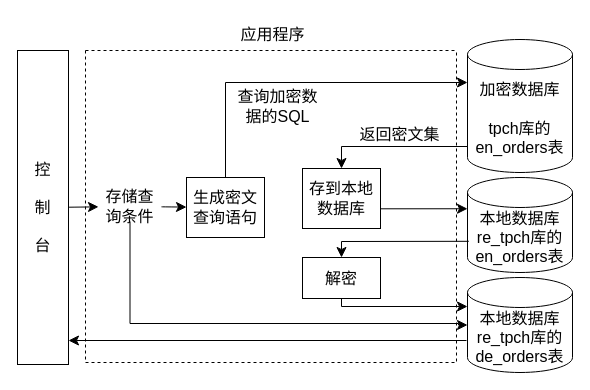
Dong-J93/_pictures keeps this draw.io diagram as index.drawio. Above is the earlier version. Source tidied: cells renumbered, new cells numbered last; positions are measured from the earlier drawing's top-left corner, leaving out a move shared by most shapes. Both pictures are drawn from the tidied source at 100%, with x=0, y=0 at pixel (17, 17).
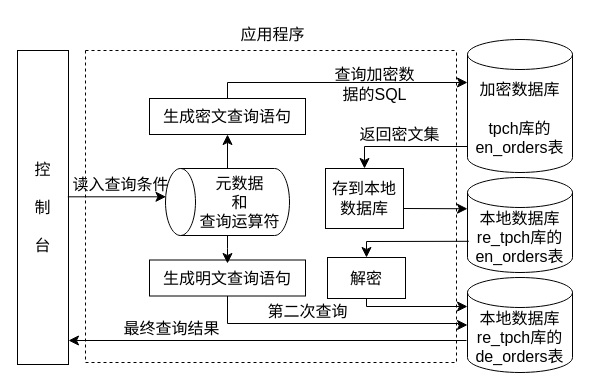
Above is the later version.

The change refers to these unchanged cells:
```xml
<mxCell id="2" style="swimlane;startSize=0;fontSize=16;dashed=1;" parent="1" vertex="1">
  <mxGeometry x="68" y="33" width="371" height="312" as="geometry" />
</mxCell>
<mxCell id="10" value="控&lt;br&gt;&lt;br&gt;制&lt;br&gt;&lt;br&gt;台" style="rounded=0;whiteSpace=wrap;html=1;fontSize=16;" parent="1" vertex="1">
  <mxGeometry y="33" width="51" height="314" as="geometry" />
</mxCell>
<mxCell id="14" value="加密数据库&lt;br&gt;&lt;br&gt;tpch库的en_orders表" style="shape=cylinder3;whiteSpace=wrap;html=1;boundedLbl=1;backgroundOutline=1;size=15;fontSize=16;" parent="1" vertex="1">
  <mxGeometry x="450" y="22" width="105" height="133" as="geometry" />
</mxCell>
<mxCell id="17" value="本地数据库&lt;br&gt;re_tpch库的en_orders表" style="shape=cylinder3;whiteSpace=wrap;html=1;boundedLbl=1;backgroundOutline=1;size=15;fontSize=16;" parent="1" vertex="1">
  <mxGeometry x="450" y="160" width="105" height="95" as="geometry" />
</mxCell>
<mxCell id="18" value="本地数据库&lt;br&gt;re_tpch库的de_orders表" style="shape=cylinder3;whiteSpace=wrap;html=1;boundedLbl=1;backgroundOutline=1;size=15;fontSize=16;" parent="1" vertex="1">
  <mxGeometry x="450" y="260" width="105" height="95" as="geometry" />
</mxCell>
```

The edit, as a diff of the source:
```diff
@@
     <mxCell id="3" value="生成密文查询语句" style="whiteSpace=wrap;html=1;fontSize=16;rounded=0;" parent="2" vertex="1">
-      <mxGeometry x="101" y="127" width="78" height="60" as="geometry" />
+      <mxGeometry x="64" y="48" width="156" height="36" as="geometry" />
     </mxCell>
     <mxCell id="4" value="查询加密数据的SQL" style="text;html=1;strokeColor=none;fillColor=none;align=center;verticalAlign=middle;whiteSpace=wrap;rounded=0;fontSize=16;" parent="2" vertex="1">
-      <mxGeometry x="145" y="36" width="95" height="40.5" as="geometry" />
+      <mxGeometry x="242" y="14" width="95" height="40.5" as="geometry" />
     </mxCell>
     <mxCell id="5" value="存到本地数据库" style="whiteSpace=wrap;html=1;fontSize=16;rounded=0;" parent="2" vertex="1">
-      <mxGeometry x="217" y="118" width="78" height="60" as="geometry" />
+      <mxGeometry x="240" y="118" width="78" height="60" as="geometry" />
     </mxCell>
@@
     <mxCell id="7" value="解密" style="whiteSpace=wrap;html=1;fontSize=16;rounded=0;" parent="2" vertex="1">
-      <mxGeometry x="217" y="207" width="78" height="41" as="geometry" />
+      <mxGeometry x="242" y="207" width="78" height="41" as="geometry" />
     </mxCell>
@@
-    <mxCell id="9" style="edgeStyle=none;curved=1;rounded=0;jettySize=auto;html=1;fontSize=12;startSize=8;endSize=8;" parent="1" edge="1" source="13" target="3">
-      <mxGeometry relative="1" as="geometry" />
-    </mxCell>
+    <mxCell id="23" value="元数据&lt;br&gt;和&lt;br&gt;查询运算符" style="shape=cylinder3;whiteSpace=wrap;html=1;boundedLbl=1;backgroundOutline=1;size=15;fontSize=16;direction=north;" parent="2" vertex="1">
+      <mxGeometry x="80" y="118" width="124" height="67" as="geometry" />
+    </mxCell>
+    <mxCell id="24" value="读入查询条件" style="text;html=1;strokeColor=none;fillColor=none;align=center;verticalAlign=middle;whiteSpace=wrap;rounded=0;fontSize=16;" parent="2" vertex="1">
+      <mxGeometry x="-16" y="114" width="103" height="40.5" as="geometry" />
+    </mxCell>
+    <mxCell id="25" style="edgeStyle=segmentEdgeStyle;endArrow=classic;html=1;curved=0;rounded=0;endSize=8;startSize=8;fontSize=12;entryX=0.5;entryY=1;entryDx=0;entryDy=0;exitX=1;exitY=0.5;exitDx=0;exitDy=0;exitPerimeter=0;" parent="2" edge="1" source="23" target="3">
+      <mxGeometry relative="1" as="geometry" />
+    </mxCell>
+    <mxCell id="26" value="生成明文查询语句" style="whiteSpace=wrap;html=1;fontSize=16;rounded=0;" parent="2" vertex="1">
+      <mxGeometry x="64" y="209.5" width="156" height="36" as="geometry" />
+    </mxCell>
+    <mxCell id="27" style="edgeStyle=segmentEdgeStyle;endArrow=classic;html=1;curved=0;rounded=0;endSize=8;startSize=8;fontSize=12;exitX=0;exitY=0.5;exitDx=0;exitDy=0;exitPerimeter=0;" parent="2" edge="1" source="23">
+      <mxGeometry relative="1" as="geometry">
+        <mxPoint x="142" y="213" as="targetPoint" />
+        <Array as="points">
+          <mxPoint x="142" y="198" />
+          <mxPoint x="142" y="198" />
+        </Array>
+      </mxGeometry>
+    </mxCell>
+    <mxCell id="28" value="第二次查询" style="text;html=1;strokeColor=none;fillColor=none;align=center;verticalAlign=middle;whiteSpace=wrap;rounded=0;fontSize=16;" parent="2" vertex="1">
+      <mxGeometry x="171" y="241" width="103" height="40.5" as="geometry" />
+    </mxCell>
+    <mxCell id="29" value="最终查询结果" style="text;html=1;strokeColor=none;fillColor=none;align=center;verticalAlign=middle;whiteSpace=wrap;rounded=0;fontSize=16;" parent="2" vertex="1">
+      <mxGeometry x="35" y="258" width="103" height="40.5" as="geometry" />
+    </mxCell>
@@
-    <mxCell id="12" style="edgeStyle=none;curved=1;rounded=0;jettySize=auto;html=1;fontSize=12;startSize=8;endSize=8;" parent="1" edge="1" source="10" target="13">
-      <mxGeometry relative="1" as="geometry" />
-    </mxCell>
-    <mxCell id="13" value="存储查询条件" style="text;html=1;strokeColor=none;fillColor=none;align=center;verticalAlign=middle;whiteSpace=wrap;rounded=0;fontSize=16;" parent="1" vertex="1">
-      <mxGeometry x="81" y="174" width="63" height="30" as="geometry" />
-    </mxCell>
@@
     <mxCell id="15" style="edgeStyle=segmentEdgeStyle;endArrow=classic;html=1;curved=0;rounded=0;endSize=8;startSize=8;fontSize=12;exitX=0.5;exitY=0;exitDx=0;exitDy=0;" parent="1" edge="1" source="3">
       <mxGeometry relative="1" as="geometry">
         <mxPoint x="450" y="65" as="targetPoint" />
         <Array as="points">
-          <mxPoint x="208" y="65" />
-          <mxPoint x="450" y="65" />
+          <mxPoint x="210" y="65" />
         </Array>
       </mxGeometry>
     </mxCell>
     <mxCell id="16" style="edgeStyle=segmentEdgeStyle;endArrow=classic;html=1;curved=0;rounded=0;endSize=8;startSize=8;fontSize=12;exitX=0;exitY=0;exitDx=0;exitDy=92.25;entryX=0.5;entryY=0;entryDx=0;entryDy=0;exitPerimeter=0;" parent="1" edge="1" source="14" target="5">
       <mxGeometry relative="1" as="geometry">
         <Array as="points">
-          <mxPoint x="324" y="129" />
+          <mxPoint x="450" y="129" />
+          <mxPoint x="347" y="129" />
         </Array>
       </mxGeometry>
     </mxCell>
@@
-    <mxCell id="19" style="edgeStyle=segmentEdgeStyle;endArrow=classic;html=1;curved=0;rounded=0;endSize=8;startSize=8;fontSize=12;exitX=1;exitY=0.5;exitDx=0;exitDy=0;entryX=0;entryY=0;entryDx=0;entryDy=31.25;entryPerimeter=0;" parent="1" edge="1" source="5" target="17">
+    <mxCell id="19" style="edgeStyle=segmentEdgeStyle;endArrow=classic;html=1;curved=0;rounded=0;endSize=8;startSize=8;fontSize=12;entryX=0;entryY=0;entryDx=0;entryDy=31.25;entryPerimeter=0;" parent="1" edge="1" target="17">
       <mxGeometry relative="1" as="geometry">
+        <mxPoint x="386" y="191" as="sourcePoint" />
         <Array as="points">
-          <mxPoint x="363" y="191" />
+          <mxPoint x="386" y="191" />
         </Array>
       </mxGeometry>
     </mxCell>
@@
     <mxCell id="21" style="edgeStyle=segmentEdgeStyle;endArrow=classic;html=1;curved=0;rounded=0;endSize=8;startSize=8;fontSize=12;exitX=0.5;exitY=1;exitDx=0;exitDy=0;" parent="1" edge="1" source="7">
       <mxGeometry relative="1" as="geometry">
         <mxPoint x="450" y="289" as="targetPoint" />
         <Array as="points">
-          <mxPoint x="324" y="289" />
-          <mxPoint x="450" y="289" />
+          <mxPoint x="349" y="289" />
         </Array>
       </mxGeometry>
     </mxCell>
-    <mxCell id="22" style="edgeStyle=segmentEdgeStyle;endArrow=classic;html=1;curved=0;rounded=0;endSize=8;startSize=8;fontSize=12;exitX=0.5;exitY=1;exitDx=0;exitDy=0;entryX=0;entryY=0.5;entryDx=0;entryDy=0;entryPerimeter=0;" parent="1" edge="1" source="13" target="18">
+    <mxCell id="22" style="edgeStyle=segmentEdgeStyle;endArrow=classic;html=1;curved=0;rounded=0;endSize=8;startSize=8;fontSize=12;exitX=0.5;exitY=1;exitDx=0;exitDy=0;entryX=0;entryY=0.5;entryDx=0;entryDy=0;entryPerimeter=0;" parent="1" edge="1" source="26" target="18">
       <mxGeometry relative="1" as="geometry">
         <Array as="points">
-          <mxPoint x="112" y="306" />
+          <mxPoint x="210" y="306" />
           <mxPoint x="441" y="306" />
           <mxPoint x="441" y="308" />
         </Array>
       </mxGeometry>
     </mxCell>
+    <mxCell id="30" style="edgeStyle=segmentEdgeStyle;endArrow=classic;html=1;curved=0;rounded=0;endSize=8;startSize=8;fontSize=12;exitX=0.987;exitY=0.466;exitDx=0;exitDy=0;exitPerimeter=0;entryX=0.592;entryY=0.004;entryDx=0;entryDy=0;entryPerimeter=0;" parent="1" edge="1" source="10" target="23">
+      <mxGeometry relative="1" as="geometry" />
+    </mxCell>
```
